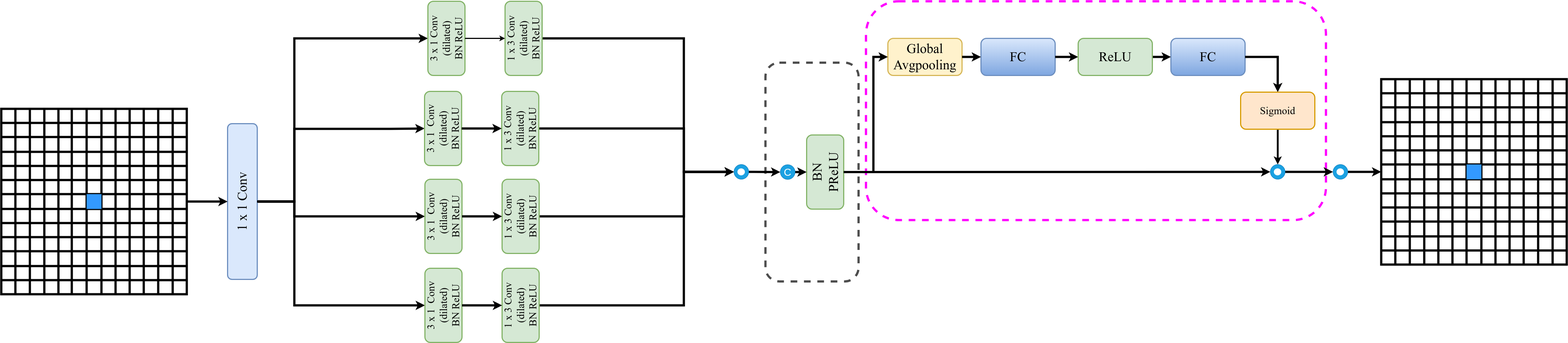
yaocongchen/LFEF keeps this draw.io diagram as model_structure_diagram/smoke_segment_structure-main.drawio2.png. Above is the earlier version. Source tidied: cells renumbered, new cells last; positions are measured from the earlier drawing's top-left corner, leaving out a move shared by most shapes.
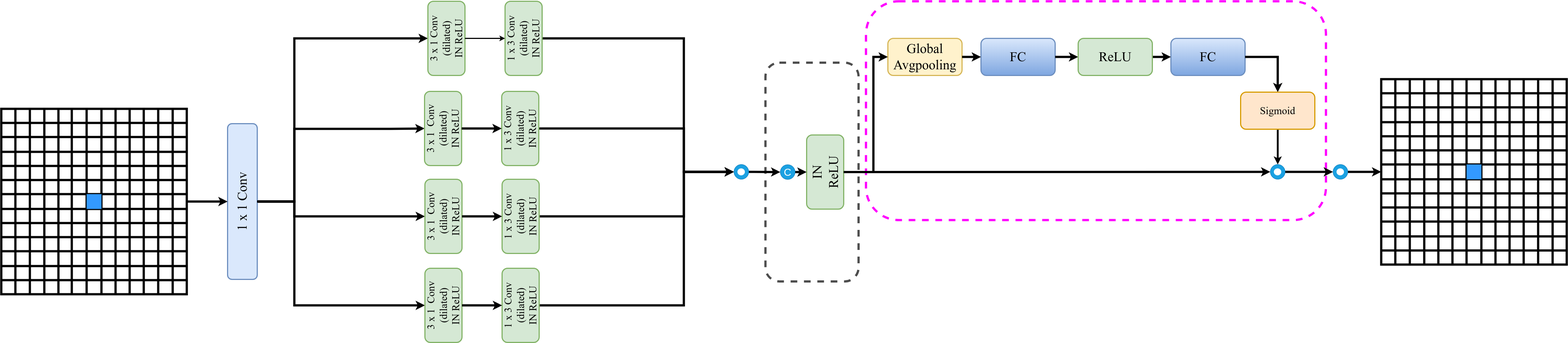
The same file after the commit.

Commit message:
Update total_loss calculation in CustomLoss function #up_conv_relu

Change to the diagram source:
```diff
@@ -31,7 +31,7 @@
         </Array>
       </mxGeometry>
     </mxCell>
-    <mxCell id="8" value="&lt;font style=&quot;font-size: 36px;&quot;&gt;BN&lt;br&gt;PReLU&lt;/font&gt;" style="rounded=1;whiteSpace=wrap;html=1;strokeWidth=3;fillColor=#d5e8d4;strokeColor=#82b366;fontFamily=Times New Roman;rotation=-90;" parent="1" vertex="1">
+    <mxCell id="8" value="&lt;font style=&quot;font-size: 36px;&quot;&gt;IN&lt;br&gt;ReLU&lt;/font&gt;" style="rounded=1;whiteSpace=wrap;html=1;strokeWidth=3;fillColor=#d5e8d4;strokeColor=#82b366;fontFamily=Times New Roman;rotation=-90;" parent="1" vertex="1">
       <mxGeometry x="2121" y="410.5" width="200" height="100" as="geometry" />
     </mxCell>
     <mxCell id="9" value="&lt;font style=&quot;font-size: 36px;&quot;&gt;Global&lt;br&gt;Avgpooling&lt;/font&gt;" style="rounded=1;whiteSpace=wrap;html=1;strokeWidth=3;fillColor=#fff2cc;strokeColor=#d6b656;fontFamily=Times New Roman;rotation=0;" parent="1" vertex="1">
@@ -1186,7 +1186,7 @@
         </Array>
       </mxGeometry>
     </mxCell>
-    <mxCell id="386" value="&lt;font style=&quot;font-size: 28px;&quot;&gt;3 x 1&amp;nbsp; Conv (dilated)&lt;br&gt;BN ReLU&lt;br&gt;&lt;/font&gt;" style="rounded=1;whiteSpace=wrap;html=1;strokeWidth=3;fillColor=#d5e8d4;strokeColor=#82b366;fontFamily=Times New Roman;rotation=-90;" parent="1" vertex="1">
+    <mxCell id="386" value="&lt;font style=&quot;font-size: 28px;&quot;&gt;3 x 1&amp;nbsp; Conv (dilated)&lt;br&gt;IN ReLU&lt;br&gt;&lt;/font&gt;" style="rounded=1;whiteSpace=wrap;html=1;strokeWidth=3;fillColor=#d5e8d4;strokeColor=#82b366;fontFamily=Times New Roman;rotation=-90;" parent="1" vertex="1">
       <mxGeometry x="1091" y="293" width="200" height="100" as="geometry" />
     </mxCell>
     <mxCell id="387" style="edgeStyle=orthogonalEdgeStyle;rounded=0;jettySize=auto;html=1;exitX=0.5;exitY=1;exitDx=0;exitDy=0;entryX=0;entryY=0.5;entryDx=0;entryDy=0;strokeWidth=6;" parent="1" edge="1" source="388" target="409">
@@ -1197,13 +1197,13 @@
         </Array>
       </mxGeometry>
     </mxCell>
-    <mxCell id="388" value="&lt;font style=&quot;font-size: 28px;&quot;&gt;1 x 3 Conv (dilated)&lt;br&gt;BN ReLU&lt;br&gt;&lt;/font&gt;" style="rounded=1;whiteSpace=wrap;html=1;strokeWidth=3;fillColor=#d5e8d4;strokeColor=#82b366;fontFamily=Times New Roman;rotation=-90;" parent="1" vertex="1">
+    <mxCell id="388" value="&lt;font style=&quot;font-size: 28px;&quot;&gt;1 x 3 Conv (dilated)&lt;br&gt;IN ReLU&lt;br&gt;&lt;/font&gt;" style="rounded=1;whiteSpace=wrap;html=1;strokeWidth=3;fillColor=#d5e8d4;strokeColor=#82b366;fontFamily=Times New Roman;rotation=-90;" parent="1" vertex="1">
       <mxGeometry x="1299" y="293" width="200" height="100" as="geometry" />
     </mxCell>
     <mxCell id="389" style="edgeStyle=orthogonalEdgeStyle;rounded=0;jettySize=auto;html=1;exitX=0.5;exitY=1;exitDx=0;exitDy=0;entryX=0.5;entryY=0;entryDx=0;entryDy=0;strokeWidth=6;" parent="1" edge="1" source="386" target="388">
       <mxGeometry relative="1" as="geometry" />
     </mxCell>
-    <mxCell id="390" value="&lt;font style=&quot;font-size: 28px;&quot;&gt;3 x 1 Conv (dilated)&lt;br&gt;BN ReLU&lt;br&gt;&lt;/font&gt;" style="rounded=1;whiteSpace=wrap;html=1;strokeWidth=3;fillColor=#d5e8d4;strokeColor=#82b366;fontFamily=Times New Roman;rotation=-90;" parent="1" vertex="1">
+    <mxCell id="390" value="&lt;font style=&quot;font-size: 28px;&quot;&gt;3 x 1 Conv (dilated)&lt;br&gt;IN ReLU&lt;br&gt;&lt;/font&gt;" style="rounded=1;whiteSpace=wrap;html=1;strokeWidth=3;fillColor=#d5e8d4;strokeColor=#82b366;fontFamily=Times New Roman;rotation=-90;" parent="1" vertex="1">
       <mxGeometry x="1100" y="50" width="200" height="100" as="geometry" />
     </mxCell>
     <mxCell id="391" style="edgeStyle=orthogonalEdgeStyle;rounded=0;jettySize=auto;html=1;exitX=0.5;exitY=1;exitDx=0;exitDy=0;entryX=0;entryY=0.5;entryDx=0;entryDy=0;strokeWidth=6;" parent="1" edge="1" source="392" target="409">
@@ -1214,7 +1214,7 @@
         </Array>
       </mxGeometry>
     </mxCell>
-    <mxCell id="392" value="&lt;font style=&quot;font-size: 28px;&quot;&gt;1 x 3 Conv (dilated)&lt;br&gt;BN ReLU&lt;br&gt;&lt;/font&gt;" style="rounded=1;whiteSpace=wrap;html=1;strokeWidth=3;fillColor=#d5e8d4;strokeColor=#82b366;fontFamily=Times New Roman;rotation=-90;" parent="1" vertex="1">
+    <mxCell id="392" value="&lt;font style=&quot;font-size: 28px;&quot;&gt;1 x 3 Conv (dilated)&lt;br&gt;IN ReLU&lt;br&gt;&lt;/font&gt;" style="rounded=1;whiteSpace=wrap;html=1;strokeWidth=3;fillColor=#d5e8d4;strokeColor=#82b366;fontFamily=Times New Roman;rotation=-90;" parent="1" vertex="1">
       <mxGeometry x="1308" y="50" width="200" height="100" as="geometry" />
     </mxCell>
     <mxCell id="393" style="edgeStyle=orthogonalEdgeStyle;rounded=0;jettySize=auto;html=1;exitX=0.5;exitY=1;exitDx=0;exitDy=0;entryX=0.5;entryY=0;entryDx=0;entryDy=0;strokeWidth=3;" parent="1" edge="1" source="390" target="392">
@@ -1227,7 +1227,7 @@
         </Array>
       </mxGeometry>
     </mxCell>
-    <mxCell id="395" value="&lt;font style=&quot;font-size: 28px;&quot;&gt;3 x 1&amp;nbsp; Conv (dilated)&lt;br&gt;BN ReLU&lt;br&gt;&lt;/font&gt;" style="rounded=1;whiteSpace=wrap;html=1;strokeWidth=3;fillColor=#d5e8d4;strokeColor=#82b366;fontFamily=Times New Roman;rotation=-90;" parent="1" vertex="1">
+    <mxCell id="395" value="&lt;font style=&quot;font-size: 28px;&quot;&gt;3 x 1&amp;nbsp; Conv (dilated)&lt;br&gt;IN ReLU&lt;br&gt;&lt;/font&gt;" style="rounded=1;whiteSpace=wrap;html=1;strokeWidth=3;fillColor=#d5e8d4;strokeColor=#82b366;fontFamily=Times New Roman;rotation=-90;" parent="1" vertex="1">
       <mxGeometry x="1092" y="530" width="200" height="100" as="geometry" />
     </mxCell>
     <mxCell id="396" style="edgeStyle=orthogonalEdgeStyle;rounded=0;jettySize=auto;html=1;exitX=0.5;exitY=1;exitDx=0;exitDy=0;strokeWidth=6;entryX=0;entryY=0.5;entryDx=0;entryDy=0;" parent="1" edge="1" source="397" target="409">
@@ -1238,13 +1238,13 @@
         </Array>
       </mxGeometry>
     </mxCell>
-    <mxCell id="397" value="&lt;font style=&quot;font-size: 28px;&quot;&gt;1 x 3 Conv (dilated)&lt;br&gt;BN ReLU&lt;br&gt;&lt;/font&gt;" style="rounded=1;whiteSpace=wrap;html=1;strokeWidth=3;fillColor=#d5e8d4;strokeColor=#82b366;fontFamily=Times New Roman;rotation=-90;" parent="1" vertex="1">
+    <mxCell id="397" value="&lt;font style=&quot;font-size: 28px;&quot;&gt;1 x 3 Conv (dilated)&lt;br&gt;IN ReLU&lt;br&gt;&lt;/font&gt;" style="rounded=1;whiteSpace=wrap;html=1;strokeWidth=3;fillColor=#d5e8d4;strokeColor=#82b366;fontFamily=Times New Roman;rotation=-90;" parent="1" vertex="1">
       <mxGeometry x="1300" y="530" width="200" height="100" as="geometry" />
     </mxCell>
     <mxCell id="398" style="edgeStyle=orthogonalEdgeStyle;rounded=0;jettySize=auto;html=1;exitX=0.5;exitY=1;exitDx=0;exitDy=0;entryX=0.5;entryY=0;entryDx=0;entryDy=0;strokeWidth=6;" parent="1" edge="1" source="395" target="397">
       <mxGeometry relative="1" as="geometry" />
     </mxCell>
-    <mxCell id="399" value="&lt;font style=&quot;font-size: 28px;&quot;&gt;3 x 1&amp;nbsp; Conv (dilated)&lt;br&gt;BN ReLU&lt;br&gt;&lt;/font&gt;" style="rounded=1;whiteSpace=wrap;html=1;strokeWidth=3;fillColor=#d5e8d4;strokeColor=#82b366;fontFamily=Times New Roman;rotation=-90;" parent="1" vertex="1">
+    <mxCell id="399" value="&lt;font style=&quot;font-size: 28px;&quot;&gt;3 x 1&amp;nbsp; Conv (dilated)&lt;br&gt;IN ReLU&lt;br&gt;&lt;/font&gt;" style="rounded=1;whiteSpace=wrap;html=1;strokeWidth=3;fillColor=#d5e8d4;strokeColor=#82b366;fontFamily=Times New Roman;rotation=-90;" parent="1" vertex="1">
       <mxGeometry x="1092" y="770" width="200" height="100" as="geometry" />
     </mxCell>
     <mxCell id="400" style="edgeStyle=orthogonalEdgeStyle;rounded=0;jettySize=auto;html=1;exitX=0.5;exitY=1;exitDx=0;exitDy=0;entryX=0;entryY=0.5;entryDx=0;entryDy=0;strokeWidth=6;" parent="1" edge="1" source="401" target="409">
@@ -1255,7 +1255,7 @@
         </Array>
       </mxGeometry>
     </mxCell>
-    <mxCell id="401" value="&lt;font style=&quot;font-size: 28px;&quot;&gt;1 x 3 Conv (dilated)&lt;br&gt;BN ReLU&lt;br&gt;&lt;/font&gt;" style="rounded=1;whiteSpace=wrap;html=1;strokeWidth=3;fillColor=#d5e8d4;strokeColor=#82b366;fontFamily=Times New Roman;rotation=-90;" parent="1" vertex="1">
+    <mxCell id="401" value="&lt;font style=&quot;font-size: 28px;&quot;&gt;1 x 3 Conv (dilated)&lt;br&gt;IN ReLU&lt;br&gt;&lt;/font&gt;" style="rounded=1;whiteSpace=wrap;html=1;strokeWidth=3;fillColor=#d5e8d4;strokeColor=#82b366;fontFamily=Times New Roman;rotation=-90;" parent="1" vertex="1">
       <mxGeometry x="1300" y="770" width="200" height="100" as="geometry" />
     </mxCell>
     <mxCell id="402" style="edgeStyle=orthogonalEdgeStyle;rounded=0;jettySize=auto;html=1;exitX=0.5;exitY=1;exitDx=0;exitDy=0;entryX=0.5;entryY=0;entryDx=0;entryDy=0;strokeWidth=6;" parent="1" edge="1" source="399" target="401">
```
